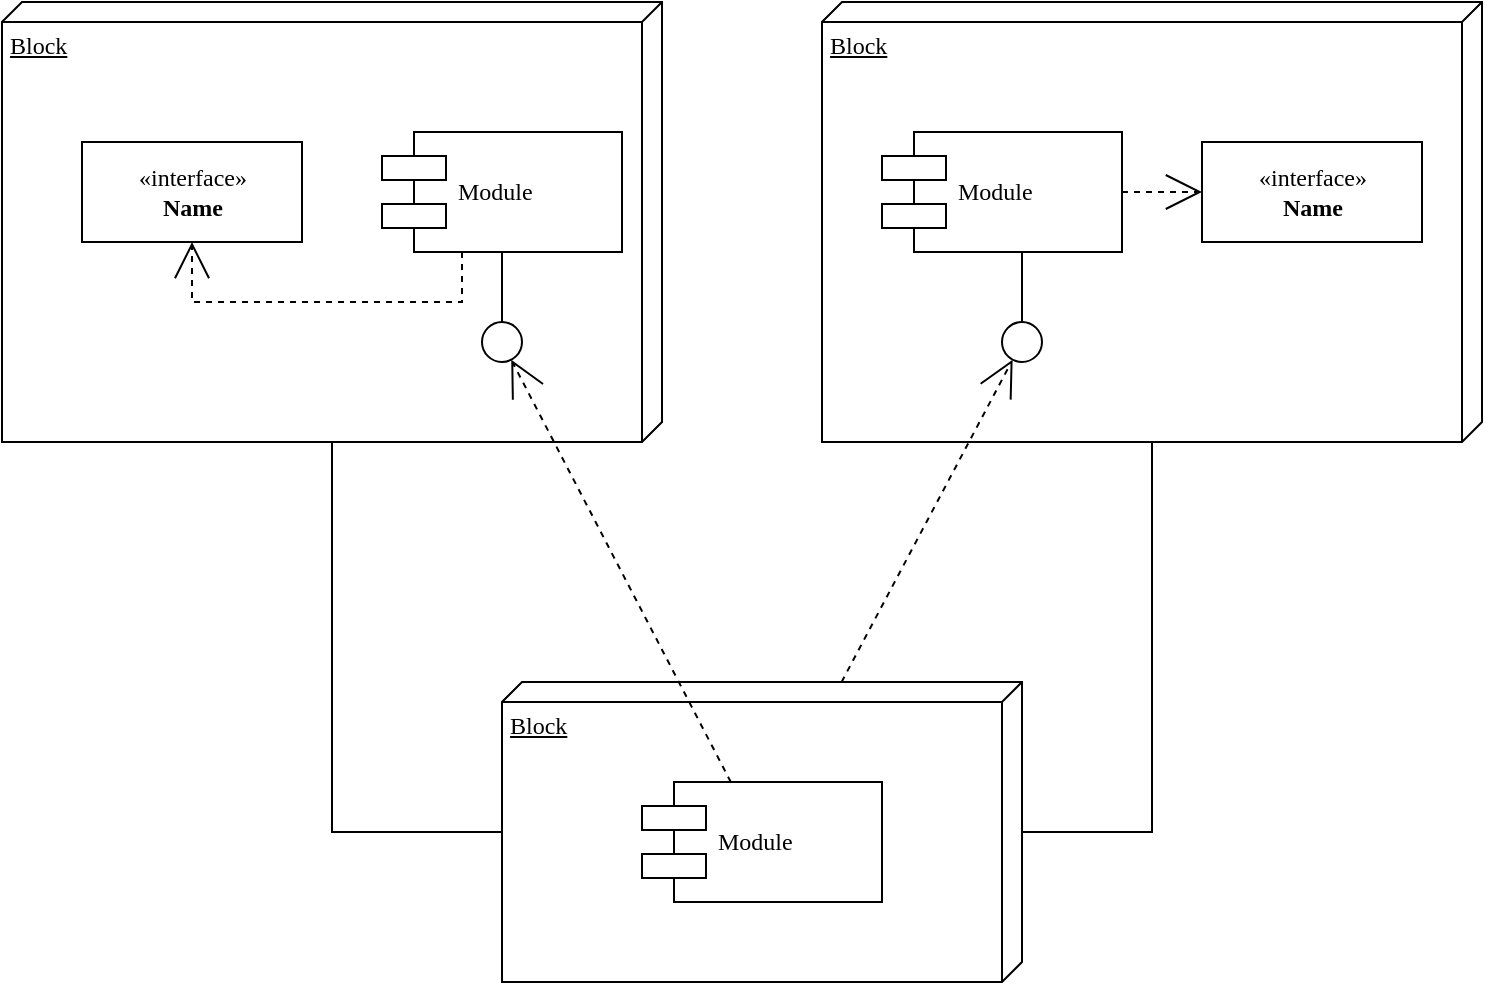
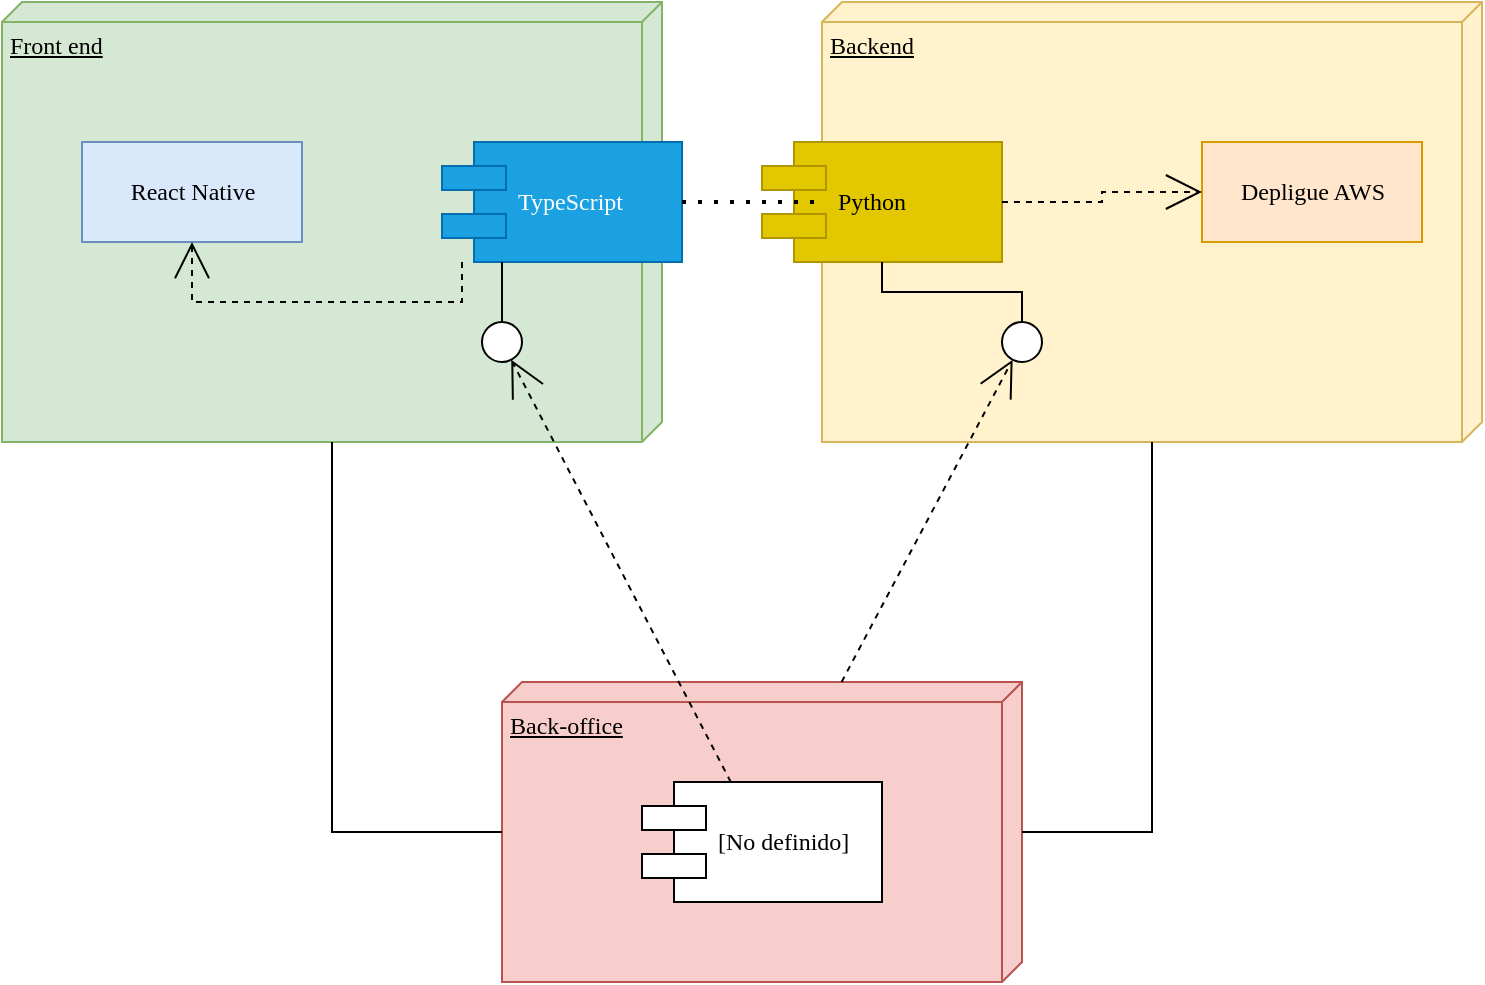
<mxfile host="app.diagrams.net" agent="Mozilla/5.0 (Windows NT 10.0; Win64; x64; rv:136.0) Gecko/20100101 Firefox/136.0" version="26.1.1">
  <diagram name="Page-1" id="5f0bae14-7c28-e335-631c-24af17079c00">
-     <mxGraphModel dx="1408" dy="748" grid="1" gridSize="10" guides="1" tooltips="1" connect="1" arrows="1" fold="1" page="1" pageScale="1" pageWidth="1100" pageHeight="850" background="none" math="0" shadow="0">
+     <mxGraphModel dx="829" dy="616" grid="1" gridSize="10" guides="1" tooltips="1" connect="1" arrows="1" fold="1" page="1" pageScale="1" pageWidth="1100" pageHeight="850" background="none" math="0" shadow="0">
      <root>
        <mxCell id="0" />
        <mxCell id="1" parent="0" />
-         <mxCell id="39150e848f15840c-1" value="Block" style="verticalAlign=top;align=left;spacingTop=8;spacingLeft=2;spacingRight=12;shape=cube;size=10;direction=south;fontStyle=4;html=1;rounded=0;shadow=0;comic=0;labelBackgroundColor=none;strokeWidth=1;fontFamily=Verdana;fontSize=12" parent="1" vertex="1">
+         <mxCell id="39150e848f15840c-1" value="Front end" style="verticalAlign=top;align=left;spacingTop=8;spacingLeft=2;spacingRight=12;shape=cube;size=10;direction=south;fontStyle=4;html=1;rounded=0;shadow=0;comic=0;labelBackgroundColor=none;strokeWidth=1;fontFamily=Verdana;fontSize=12;fillColor=#d5e8d4;strokeColor=#82b366;" parent="1" vertex="1">
          <mxGeometry x="120" y="70" width="330" height="220" as="geometry" />
        </mxCell>
-         <mxCell id="39150e848f15840c-2" value="Block" style="verticalAlign=top;align=left;spacingTop=8;spacingLeft=2;spacingRight=12;shape=cube;size=10;direction=south;fontStyle=4;html=1;rounded=0;shadow=0;comic=0;labelBackgroundColor=none;strokeWidth=1;fontFamily=Verdana;fontSize=12" parent="1" vertex="1">
+         <mxCell id="39150e848f15840c-2" value="Backend" style="verticalAlign=top;align=left;spacingTop=8;spacingLeft=2;spacingRight=12;shape=cube;size=10;direction=south;fontStyle=4;html=1;rounded=0;shadow=0;comic=0;labelBackgroundColor=none;strokeWidth=1;fontFamily=Verdana;fontSize=12;fillColor=#fff2cc;strokeColor=#d6b656;" parent="1" vertex="1">
          <mxGeometry x="530" y="70" width="330" height="220" as="geometry" />
        </mxCell>
-         <mxCell id="39150e848f15840c-3" value="Block" style="verticalAlign=top;align=left;spacingTop=8;spacingLeft=2;spacingRight=12;shape=cube;size=10;direction=south;fontStyle=4;html=1;rounded=0;shadow=0;comic=0;labelBackgroundColor=none;strokeWidth=1;fontFamily=Verdana;fontSize=12" parent="1" vertex="1">
+         <mxCell id="39150e848f15840c-3" value="Back-office" style="verticalAlign=top;align=left;spacingTop=8;spacingLeft=2;spacingRight=12;shape=cube;size=10;direction=south;fontStyle=4;html=1;rounded=0;shadow=0;comic=0;labelBackgroundColor=none;strokeWidth=1;fontFamily=Verdana;fontSize=12;fillColor=#f8cecc;strokeColor=#b85450;" parent="1" vertex="1">
          <mxGeometry x="370" y="410" width="260" height="150" as="geometry" />
        </mxCell>
-         <mxCell id="39150e848f15840c-4" value="&amp;laquo;interface&amp;raquo;&lt;br&gt;&lt;b&gt;Name&lt;/b&gt;" style="html=1;rounded=0;shadow=0;comic=0;labelBackgroundColor=none;strokeWidth=1;fontFamily=Verdana;fontSize=12;align=center;" parent="1" vertex="1">
+         <mxCell id="39150e848f15840c-4" value="React Native" style="html=1;rounded=0;shadow=0;comic=0;labelBackgroundColor=none;strokeWidth=1;fontFamily=Verdana;fontSize=12;align=center;fillColor=#dae8fc;strokeColor=#6c8ebf;" parent="1" vertex="1">
          <mxGeometry x="160" y="140" width="110" height="50" as="geometry" />
        </mxCell>
-         <mxCell id="39150e848f15840c-5" value="Module" style="shape=component;align=left;spacingLeft=36;rounded=0;shadow=0;comic=0;labelBackgroundColor=none;strokeWidth=1;fontFamily=Verdana;fontSize=12;html=1;" parent="1" vertex="1">
-           <mxGeometry x="310" y="135" width="120" height="60" as="geometry" />
+         <mxCell id="39150e848f15840c-5" value="TypeScript" style="shape=component;align=left;spacingLeft=36;rounded=0;shadow=0;comic=0;labelBackgroundColor=none;strokeWidth=1;fontFamily=Verdana;fontSize=12;html=1;fillColor=#1ba1e2;fontColor=#ffffff;strokeColor=#006EAF;" parent="1" vertex="1">
+           <mxGeometry x="340" y="140" width="120" height="60" as="geometry" />
        </mxCell>
        <mxCell id="39150e848f15840c-6" value="" style="ellipse;whiteSpace=wrap;html=1;rounded=0;shadow=0;comic=0;labelBackgroundColor=none;strokeWidth=1;fontFamily=Verdana;fontSize=12;align=center;" parent="1" vertex="1">
          <mxGeometry x="360" y="230" width="20" height="20" as="geometry" />
        </mxCell>
-         <mxCell id="39150e848f15840c-7" value="Module" style="shape=component;align=left;spacingLeft=36;rounded=0;shadow=0;comic=0;labelBackgroundColor=none;strokeWidth=1;fontFamily=Verdana;fontSize=12;html=1;" parent="1" vertex="1">
-           <mxGeometry x="560" y="135" width="120" height="60" as="geometry" />
+         <mxCell id="39150e848f15840c-7" value="Python" style="shape=component;align=left;spacingLeft=36;rounded=0;shadow=0;comic=0;labelBackgroundColor=none;strokeWidth=1;fontFamily=Verdana;fontSize=12;html=1;fillColor=#e3c800;fontColor=#000000;strokeColor=#B09500;" parent="1" vertex="1">
+           <mxGeometry x="500" y="140" width="120" height="60" as="geometry" />
        </mxCell>
-         <mxCell id="39150e848f15840c-8" value="&amp;laquo;interface&amp;raquo;&lt;br&gt;&lt;b&gt;Name&lt;/b&gt;" style="html=1;rounded=0;shadow=0;comic=0;labelBackgroundColor=none;strokeWidth=1;fontFamily=Verdana;fontSize=12;align=center;" parent="1" vertex="1">
+         <mxCell id="39150e848f15840c-8" value="Depligue AWS" style="html=1;rounded=0;shadow=0;comic=0;labelBackgroundColor=none;strokeWidth=1;fontFamily=Verdana;fontSize=12;align=center;fillColor=#ffe6cc;strokeColor=#d79b00;" parent="1" vertex="1">
          <mxGeometry x="720" y="140" width="110" height="50" as="geometry" />
        </mxCell>
        <mxCell id="39150e848f15840c-9" value="" style="ellipse;whiteSpace=wrap;html=1;rounded=0;shadow=0;comic=0;labelBackgroundColor=none;strokeWidth=1;fontFamily=Verdana;fontSize=12;align=center;" parent="1" vertex="1">
          <mxGeometry x="620" y="230" width="20" height="20" as="geometry" />
        </mxCell>
-         <mxCell id="39150e848f15840c-10" value="Module" style="shape=component;align=left;spacingLeft=36;rounded=0;shadow=0;comic=0;labelBackgroundColor=none;strokeWidth=1;fontFamily=Verdana;fontSize=12;html=1;" parent="1" vertex="1">
+         <mxCell id="39150e848f15840c-10" value="[No definido]" style="shape=component;align=left;spacingLeft=36;rounded=0;shadow=0;comic=0;labelBackgroundColor=none;strokeWidth=1;fontFamily=Verdana;fontSize=12;html=1;" parent="1" vertex="1">
          <mxGeometry x="440" y="460" width="120" height="60" as="geometry" />
        </mxCell>
        <mxCell id="39150e848f15840c-11" style="edgeStyle=none;rounded=0;html=1;dashed=1;labelBackgroundColor=none;startArrow=none;startFill=0;startSize=8;endArrow=open;endFill=0;endSize=16;fontFamily=Verdana;fontSize=12;" parent="1" source="39150e848f15840c-10" target="39150e848f15840c-6" edge="1">
          <mxGeometry relative="1" as="geometry" />
        </mxCell>
        <mxCell id="39150e848f15840c-12" style="edgeStyle=none;rounded=0;html=1;dashed=1;labelBackgroundColor=none;startArrow=none;startFill=0;startSize=8;endArrow=open;endFill=0;endSize=16;fontFamily=Verdana;fontSize=12;" parent="1" source="39150e848f15840c-3" target="39150e848f15840c-9" edge="1">
          <mxGeometry relative="1" as="geometry" />
        </mxCell>
        <mxCell id="39150e848f15840c-13" style="edgeStyle=elbowEdgeStyle;rounded=0;html=1;labelBackgroundColor=none;startArrow=none;startFill=0;startSize=8;endArrow=none;endFill=0;endSize=16;fontFamily=Verdana;fontSize=12;" parent="1" source="39150e848f15840c-9" target="39150e848f15840c-7" edge="1">
          <mxGeometry relative="1" as="geometry" />
        </mxCell>
        <mxCell id="39150e848f15840c-14" style="edgeStyle=elbowEdgeStyle;rounded=0;html=1;labelBackgroundColor=none;startArrow=none;startFill=0;startSize=8;endArrow=none;endFill=0;endSize=16;fontFamily=Verdana;fontSize=12;" parent="1" source="39150e848f15840c-6" target="39150e848f15840c-5" edge="1">
          <mxGeometry relative="1" as="geometry" />
        </mxCell>
        <mxCell id="39150e848f15840c-15" style="edgeStyle=orthogonalEdgeStyle;rounded=0;html=1;labelBackgroundColor=none;startArrow=none;startFill=0;startSize=8;endArrow=open;endFill=0;endSize=16;fontFamily=Verdana;fontSize=12;dashed=1;" parent="1" source="39150e848f15840c-5" target="39150e848f15840c-4" edge="1">
          <mxGeometry relative="1" as="geometry">
            <Array as="points">
              <mxPoint x="350" y="220" />
              <mxPoint x="215" y="220" />
            </Array>
          </mxGeometry>
        </mxCell>
        <mxCell id="39150e848f15840c-16" style="edgeStyle=orthogonalEdgeStyle;rounded=0;html=1;dashed=1;labelBackgroundColor=none;startArrow=none;startFill=0;startSize=8;endArrow=open;endFill=0;endSize=16;fontFamily=Verdana;fontSize=12;" parent="1" source="39150e848f15840c-7" target="39150e848f15840c-8" edge="1">
          <mxGeometry relative="1" as="geometry" />
        </mxCell>
        <mxCell id="39150e848f15840c-17" style="edgeStyle=orthogonalEdgeStyle;rounded=0;html=1;labelBackgroundColor=none;startArrow=none;startFill=0;startSize=8;endArrow=none;endFill=0;endSize=16;fontFamily=Verdana;fontSize=12;" parent="1" source="39150e848f15840c-3" target="39150e848f15840c-2" edge="1">
          <mxGeometry relative="1" as="geometry">
            <Array as="points">
              <mxPoint x="695" y="485" />
            </Array>
          </mxGeometry>
        </mxCell>
        <mxCell id="39150e848f15840c-18" style="edgeStyle=orthogonalEdgeStyle;rounded=0;html=1;labelBackgroundColor=none;startArrow=none;startFill=0;startSize=8;endArrow=none;endFill=0;endSize=16;fontFamily=Verdana;fontSize=12;" parent="1" source="39150e848f15840c-3" target="39150e848f15840c-1" edge="1">
          <mxGeometry relative="1" as="geometry">
            <Array as="points">
              <mxPoint x="285" y="485" />
            </Array>
          </mxGeometry>
        </mxCell>
+         <mxCell id="ecIFM8nV8tm8DiA7cqdP-7" value="" style="endArrow=none;dashed=1;html=1;dashPattern=1 3;strokeWidth=2;rounded=0;exitX=1;exitY=0.5;exitDx=0;exitDy=0;" edge="1" parent="1" source="39150e848f15840c-5">
+           <mxGeometry width="50" height="50" relative="1" as="geometry">
+             <mxPoint x="410" y="350" as="sourcePoint" />
+             <mxPoint x="530" y="170" as="targetPoint" />
+             <Array as="points">
+               <mxPoint x="530" y="170" />
+             </Array>
+           </mxGeometry>
+         </mxCell>
      </root>
    </mxGraphModel>
  </diagram>
</mxfile>
